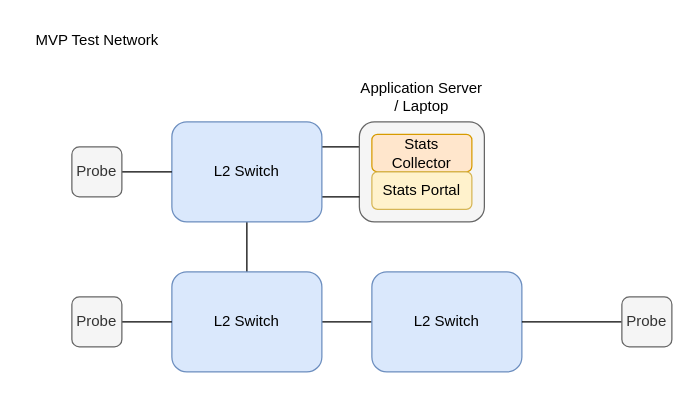
The draw.io diagram Diagrams/Aquila-concept.drawio in ErcModel3/Aquila, before the edit. Source tidied: cells renumbered, new cells numbered last; positions are measured from the earlier drawing's top-left corner, leaving out a move shared by most shapes. Both pictures are drawn from the tidied source at 125%, with x=0, y=0 at pixel (21, 21).
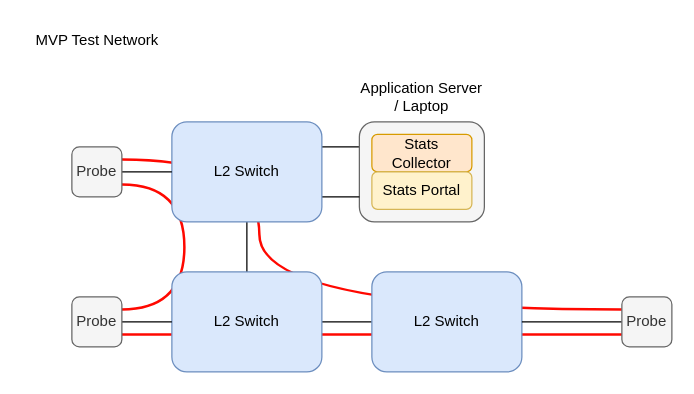
After the change.

The change refers to these unchanged cells:
```xml
<mxCell id="11" value="Probe" style="rounded=1;whiteSpace=wrap;html=1;fillColor=#f5f5f5;fontColor=#333333;strokeColor=#666666;" parent="1" vertex="1">
  <mxGeometry x="40" y="100" width="40" height="40" as="geometry" />
</mxCell>
<mxCell id="13" value="Probe" style="rounded=1;whiteSpace=wrap;html=1;fillColor=#f5f5f5;fontColor=#333333;strokeColor=#666666;" parent="1" vertex="1">
  <mxGeometry x="40" y="220" width="40" height="40" as="geometry" />
</mxCell>
<mxCell id="15" value="Probe" style="rounded=1;whiteSpace=wrap;html=1;fillColor=#f5f5f5;fontColor=#333333;strokeColor=#666666;" parent="1" vertex="1">
  <mxGeometry x="480" y="220" width="40" height="40" as="geometry" />
</mxCell>
```

What changed in the source:
```diff
@@
+    <mxCell id="20" style="edgeStyle=orthogonalEdgeStyle;html=1;exitX=1;exitY=0.75;exitDx=0;exitDy=0;entryX=1;entryY=0.25;entryDx=0;entryDy=0;curved=1;endArrow=none;endFill=0;strokeWidth=2;strokeColor=#FF0800;" parent="1" edge="1" source="11" target="13">
+      <mxGeometry relative="1" as="geometry">
+        <Array as="points">
+          <mxPoint x="130" y="130" />
+          <mxPoint x="130" y="230" />
+        </Array>
+      </mxGeometry>
+    </mxCell>
+    <mxCell id="21" style="edgeStyle=orthogonalEdgeStyle;html=1;exitX=1;exitY=0.25;exitDx=0;exitDy=0;entryX=0;entryY=0.25;entryDx=0;entryDy=0;curved=1;endArrow=none;endFill=0;strokeWidth=2;strokeColor=#FF0800;" parent="1" edge="1" source="11" target="15">
+      <mxGeometry relative="1" as="geometry">
+        <Array as="points">
+          <mxPoint x="190" y="110" />
+          <mxPoint x="190" y="230" />
+        </Array>
+      </mxGeometry>
+    </mxCell>
+    <mxCell id="22" style="edgeStyle=orthogonalEdgeStyle;html=1;exitX=0;exitY=0.75;exitDx=0;exitDy=0;entryX=1;entryY=0.75;entryDx=0;entryDy=0;curved=1;endArrow=none;endFill=0;strokeWidth=2;strokeColor=#FF0800;" parent="1" edge="1" source="15" target="13">
+      <mxGeometry relative="1" as="geometry" />
+    </mxCell>
```
